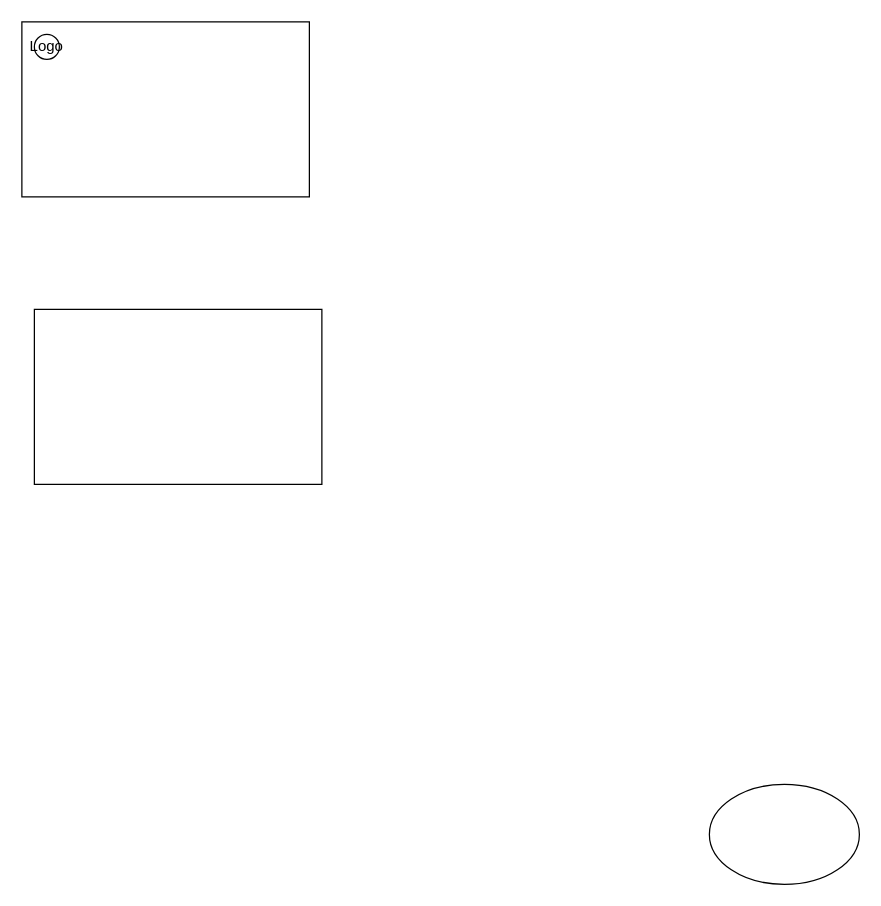
The draw.io diagram Social media Architecture.drawio in devopsisak/kubernets, before the edit. Source tidied: cells renumbered, new cells numbered last; positions are measured from the earlier drawing's top-left corner, leaving out a move shared by most shapes. Both pictures are drawn from the tidied source at 125%, with x=0, y=0 at pixel (21, 21).
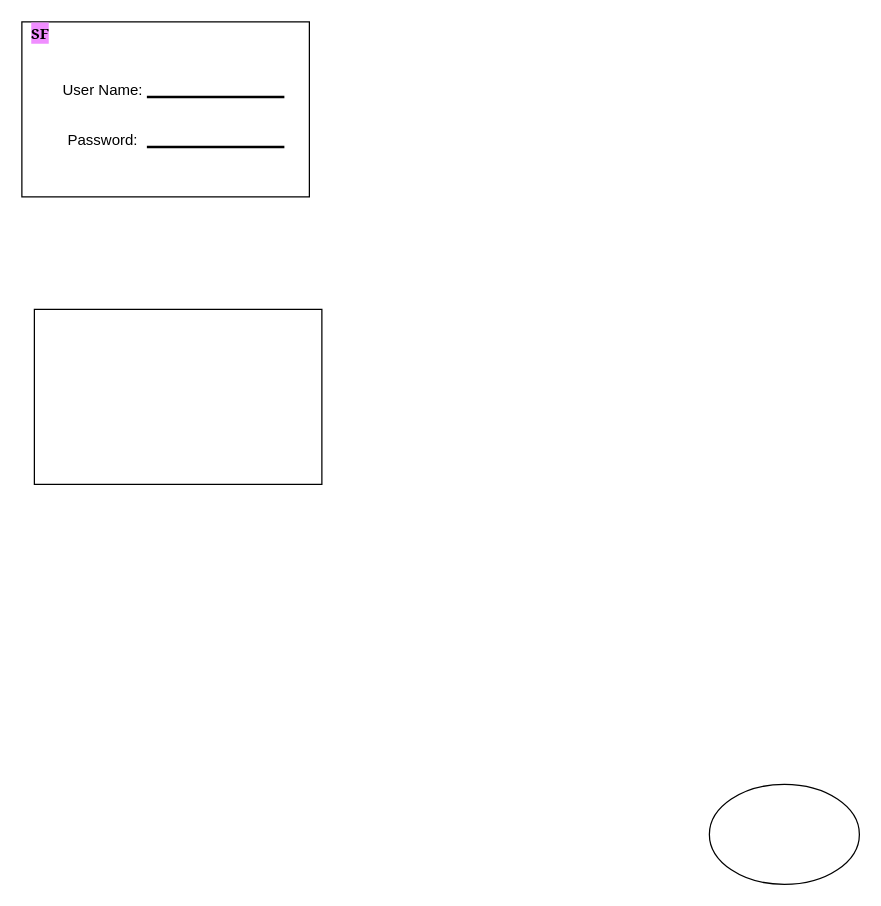
The same page after the edit.

Diff of the diagram source:
```diff
@@
 <mxGraphModel>
   <root>
     <mxCell id="0" />
     <mxCell id="1" parent="0" />
     <mxCell id="2" style="ellipse;whiteSpace=wrap;html=1;shapeInside=1;" parent="1" vertex="1">
       <mxGeometry x="550" y="610" width="120" height="80" as="geometry" />
     </mxCell>
     <mxCell id="3" style="rounded=0;whiteSpace=wrap;html=1;" parent="1" vertex="1">
       <mxGeometry width="230" height="140" as="geometry" />
     </mxCell>
     <mxCell id="4" style="rounded=0;whiteSpace=wrap;html=1;" parent="1" vertex="1">
       <mxGeometry x="10" y="230" width="230" height="140" as="geometry" />
     </mxCell>
-    <mxCell id="5" style="ellipse;whiteSpace=wrap;html=1;shapeInside=1;" parent="1" vertex="1">
-      <mxGeometry x="10" y="10" width="20" height="20" as="geometry" />
-    </mxCell>
-    <mxCell id="6" value="Logo" style="text;html=1;whiteSpace=wrap;strokeColor=none;fillColor=none;align=center;verticalAlign=middle;rounded=0;" parent="1" vertex="1">
-      <mxGeometry x="10" y="10" width="20" height="20" as="geometry" />
-    </mxCell>
+    <mxCell id="7" value="&lt;b&gt;&lt;font face=&quot;Georgia&quot; style=&quot;background-color: rgb(240, 142, 255);&quot;&gt;SF&lt;/font&gt;&lt;/b&gt;" style="text;html=1;whiteSpace=wrap;strokeColor=none;fillColor=none;align=center;verticalAlign=middle;rounded=0;" parent="1" vertex="1">
+      <mxGeometry width="30" height="20" as="geometry" />
+    </mxCell>
+    <mxCell id="8" value="User Name:" style="text;html=1;whiteSpace=wrap;strokeColor=none;fillColor=none;align=center;verticalAlign=middle;rounded=0;" parent="1" vertex="1">
+      <mxGeometry x="30" y="40" width="70" height="30" as="geometry" />
+    </mxCell>
+    <mxCell id="9" value="Password:" style="text;html=1;whiteSpace=wrap;strokeColor=none;fillColor=none;align=center;verticalAlign=middle;rounded=0;" parent="1" vertex="1">
+      <mxGeometry x="35" y="80" width="60" height="30" as="geometry" />
+    </mxCell>
+    <mxCell id="10" style="line;strokeWidth=2;html=1;" parent="1" vertex="1">
+      <mxGeometry x="100" y="90" width="110" height="20" as="geometry" />
+    </mxCell>
+    <mxCell id="11" style="line;strokeWidth=2;html=1;" parent="1" vertex="1">
+      <mxGeometry x="100" y="50" width="110" height="20" as="geometry" />
+    </mxCell>
   </root>
 </mxGraphModel>
```
